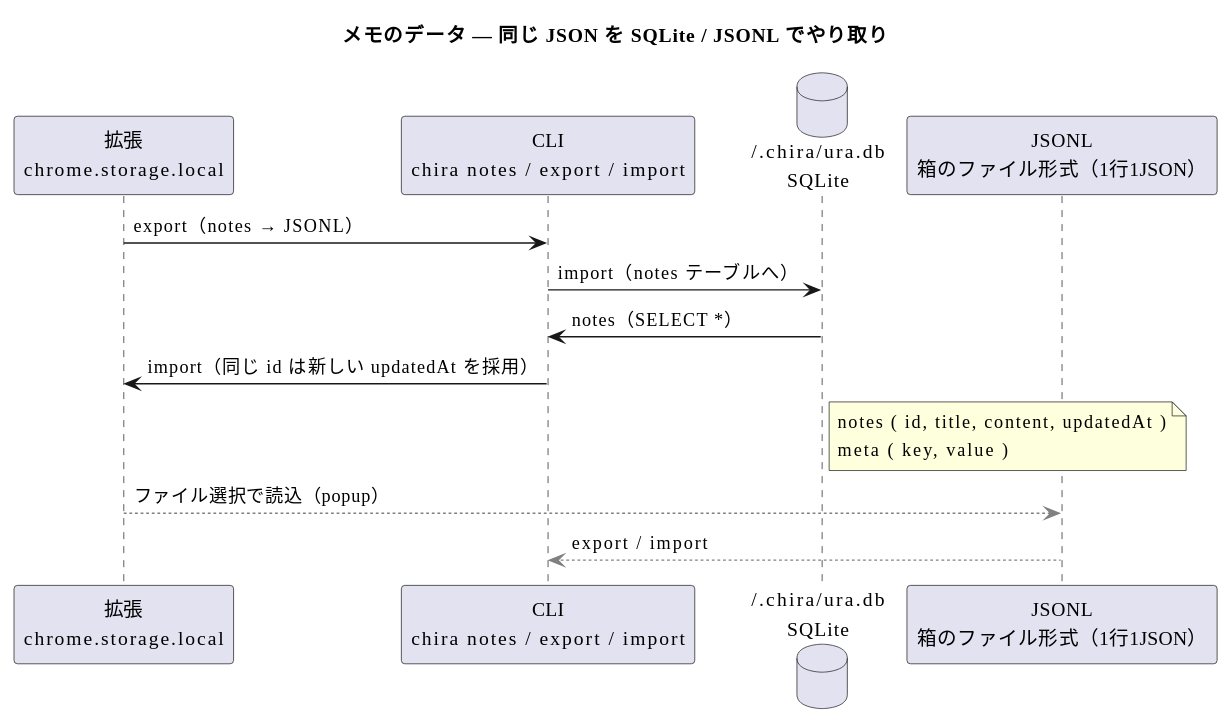
Before: dev/chira-ura-data.svg, a diagram exported from PlantUML (bonsai/chira-ura). Its diagram source:
```plantuml
@startuml
title メモのデータ — 同じ JSON を SQLite / JSONL でやり取り

skinparam defaultFontName Meiryo
skinparam shadowing false

participant "拡張\nchrome.storage.local" as E
participant "CLI\nchira notes / export / import" as C
database "~/.chira/ura.db\nSQLite" as URA
participant "JSONL\n箱のファイル形式（1行1JSON）" as JSONL

E -> C : export（notes → JSONL）
C -> URA : import（notes テーブルへ）
URA -> C : notes（SELECT *）
C -> E : import（同じ id は新しい updatedAt を採用）

note right of URA
  notes ( id, title, content, updatedAt )
  meta ( key, value )
end note

E -[#gray,dashed]-> JSONL : ファイル選択で読込（popup）
JSONL -[#gray,dashed]-> C : export / import
@enduml
```
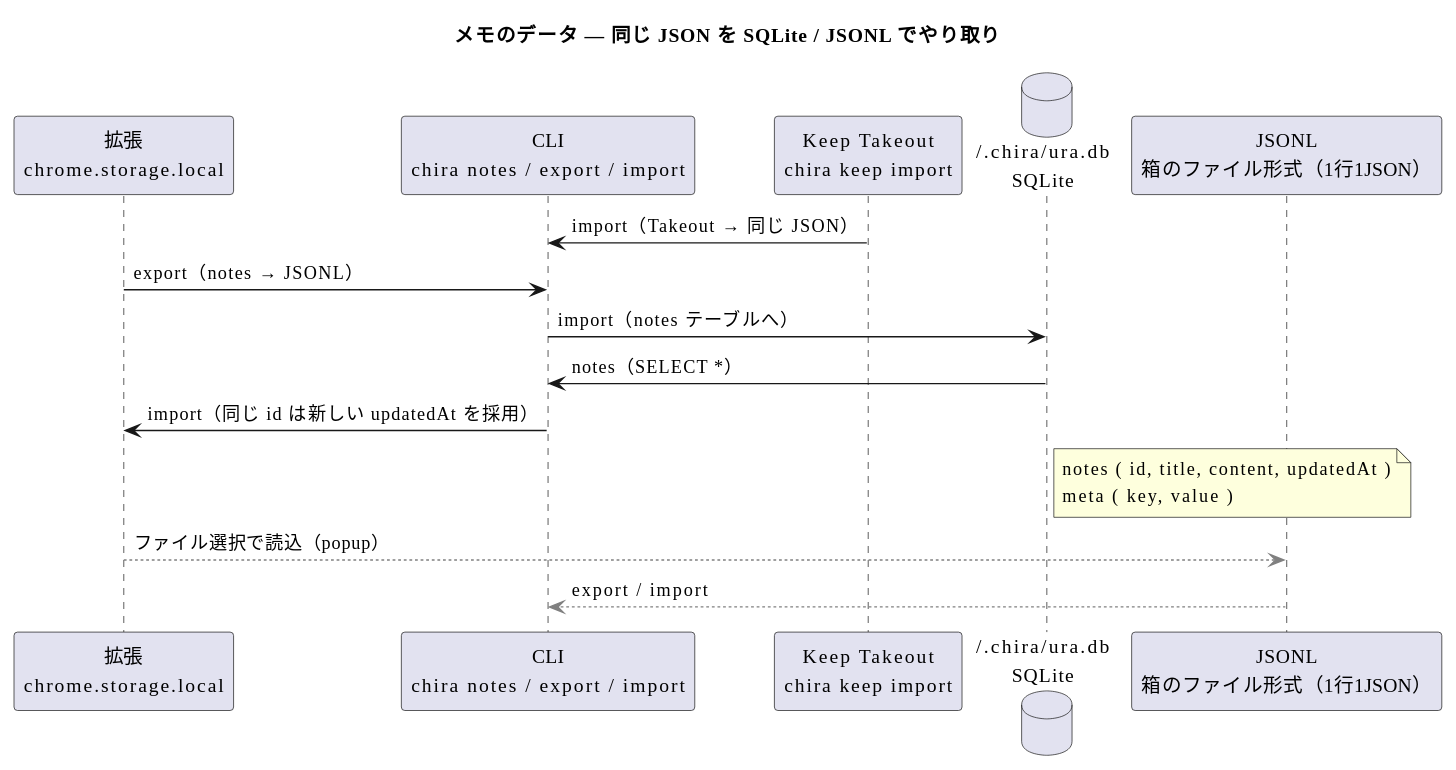
After the change.

Commit message:
v0.1.5-dev: Google Keep Takeout からの取り込み（chira keep import）

What changed in the source:
```diff
@@ -6,9 +6,11 @@
 
 participant "拡張\nchrome.storage.local" as E
 participant "CLI\nchira notes / export / import" as C
+participant "Keep Takeout\nchira keep import" as K
 database "~/.chira/ura.db\nSQLite" as URA
 participant "JSONL\n箱のファイル形式（1行1JSON）" as JSONL
 
+K -> C : import（Takeout → 同じ JSON）
 E -> C : export（notes → JSONL）
 C -> URA : import（notes テーブルへ）
 URA -> C : notes（SELECT *）
```
